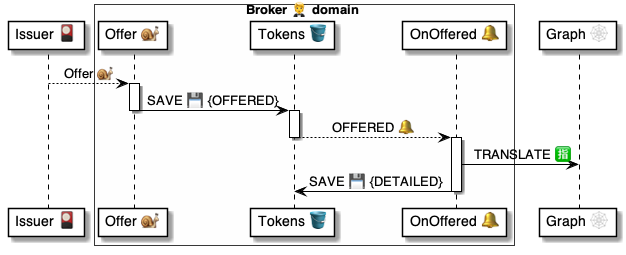
Above: 4 ⚙️ Solution/20 🧑‍🦰 UI/Brokers 🤵/🤵🪣 Broker tables/Tokens 🎫 table/🪣🔔 1 Offered/🤵 OnTokenOffered ⚙️ uml.png in pollyweb-org/pollyweb-docs (PlantUML), before the change. Its source is kept beside it as 4 ⚙️ Solution/20 🧑‍🦰 UI/Brokers 🤵/🤵🪣 Broker tables/Tokens 🎫 table/🪣🔔 1 Offered/🤵 OnTokenOffered ⚙️ uml.puml. The source it was exported from:
```plantuml
@startuml OnTokenOffered

participant "Issuer 🎴" as issuer
box Broker 🤵 domain #FFFFFA
    participant "Offer 🐌" as script
    participant "Tokens 🪣" as tokens
    participant "OnOffered 🔔" as handler
end box
participant "Graph 🕸" as graph


issuer --> script: Offer 🐌

activate script
    script -> tokens: SAVE 💾 {OFFERED}
deactivate script

activate tokens
    tokens --> handler: OFFERED 🔔
deactivate tokens

activate handler
    handler -> graph: TRANSLATE 🈯
    handler -> tokens: SAVE 💾 {DETAILED}
deactivate handler


@enduml
```
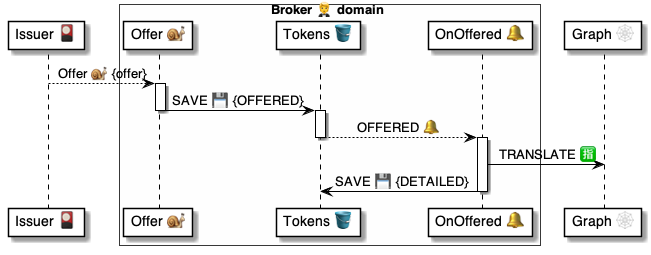
After the change.

Diff of the diagram source:
```diff
@@ -9,7 +9,7 @@
 participant "Graph 🕸" as graph
 
 
-issuer --> script: Offer 🐌
+issuer --> script: Offer 🐌 {offer}
 
 activate script
     script -> tokens: SAVE 💾 {OFFERED}
```
